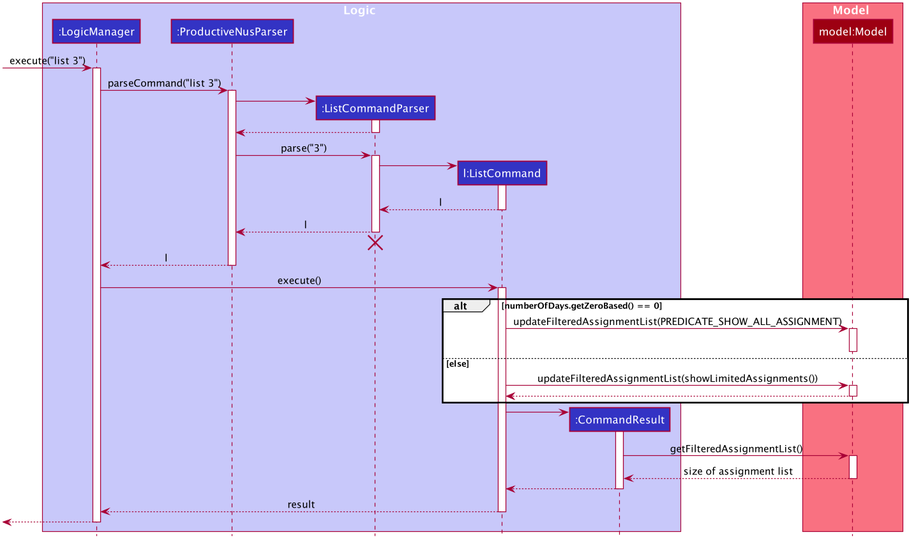
Earlier version of the PlantUML export docs/images/ListSequenceDiagram.png (nus-cs2103-AY2021S1/tp). Its diagram source:
```plantuml
@startuml









skinparam BackgroundColor #FFFFFFF

skinparam Shadowing false

skinparam Class {
    FontColor #FFFFFF
    BorderThickness 1
    BorderColor #FFFFFF
    StereotypeFontColor #FFFFFF
    FontName Arial
}

skinparam Actor {
    BorderColor #000000
    Color #000000
    FontName Arial
}

skinparam Sequence {
    MessageAlign center
    BoxFontSize 15
    BoxPadding 0
    BoxFontColor #FFFFFF
    FontName Arial
}

skinparam Participant {
    FontColor #FFFFFFF
    Padding 20
}

skinparam MinClassWidth 50
skinparam ParticipantPadding 10
skinparam Shadowing false
skinparam DefaultTextAlignment center
skinparam packageStyle Rectangle

hide footbox
hide members
hide circle

box Logic #C8C8FA
participant ":LogicManager" as LogicManager #3333C4
participant ":ProductiveNusParser" as ProductiveNusParser #3333C4
participant ":ListCommandParser" as ListCommandParser #3333C4
participant "l:ListCommand" as ListCommand #3333C4
participant ":CommandResult" as CommandResult #3333C4
end box

box Model #F97181
participant "model:Model" as Model #9D0012
end box

[-> LogicManager : execute("list 3")
activate LogicManager

LogicManager -> ProductiveNusParser : parseCommand("list 3")
activate ProductiveNusParser

create ListCommandParser
ProductiveNusParser -> ListCommandParser
activate ListCommandParser

ListCommandParser --> ProductiveNusParser
deactivate ListCommandParser

ProductiveNusParser -> ListCommandParser : parse("3")
activate ListCommandParser

create ListCommand
ListCommandParser -> ListCommand
activate ListCommand

ListCommand --> ListCommandParser : l
deactivate ListCommand

ListCommandParser --> ProductiveNusParser : l
deactivate ListCommandParser
ListCommandParser -[hidden]-> ProductiveNusParser
destroy ListCommandParser

ProductiveNusParser --> LogicManager : l
deactivate ProductiveNusParser

LogicManager -> ListCommand : execute()
activate ListCommand

alt numberOfDays.getZeroBased() == 0
ListCommand -> Model : updateFilteredAssignmentList(PREDICATE_SHOW_ALL_ASSIGNMENT)
activate Model
deactivate Model

else else
ListCommand -> Model : updateFilteredAssignmentList(showLimitedAssignments())
activate Model
Model --> ListCommand
deactivate Model

end

create CommandResult
ListCommand -> CommandResult
activate CommandResult

CommandResult -> Model : getFilteredAssignmentList()
activate Model
Model --> CommandResult : size of assignment list
deactivate Model
CommandResult --> ListCommand
deactivate CommandResult

ListCommand --> LogicManager : result
deactivate ListCommand

[<--LogicManager
deactivate LogicManager
@enduml
```
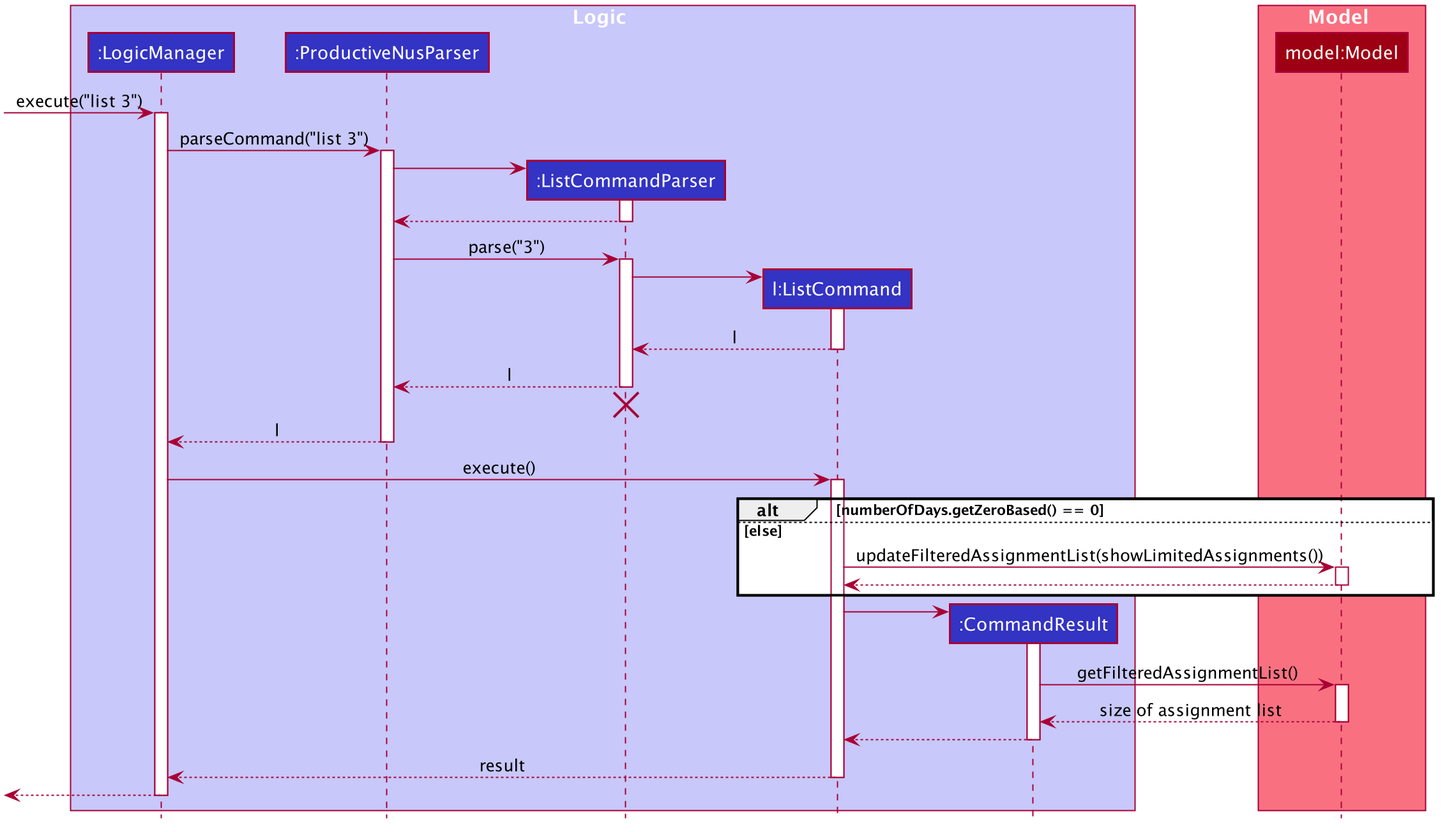
After the commit.

The edit, as a diff of the source:
```diff
@@ -96,9 +96,6 @@
 activate ListCommand
 
 alt numberOfDays.getZeroBased() == 0
-ListCommand -> Model : updateFilteredAssignmentList(PREDICATE_SHOW_ALL_ASSIGNMENT)
-activate Model
-deactivate Model
 
 else else
 ListCommand -> Model : updateFilteredAssignmentList(showLimitedAssignments())
```
